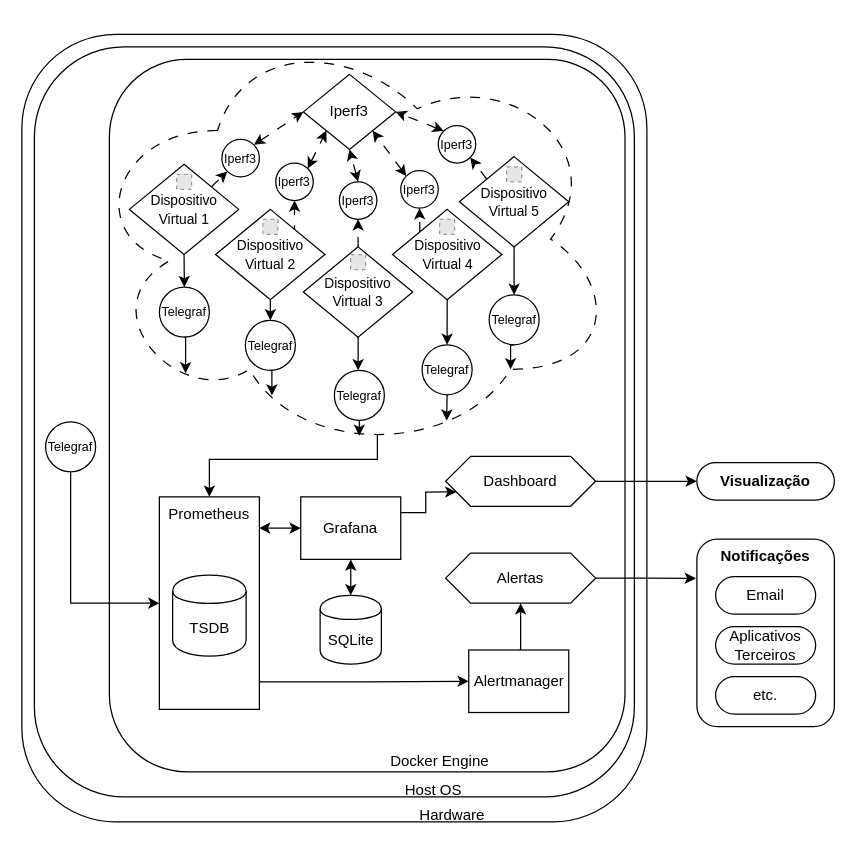
vitorco7/saturmon keeps this draw.io diagram as texto/Diagrams/v4-prometheus/v4_final_diagram_all_components.drawio. Above is the earlier version. Source tidied: cells renumbered, new cells numbered last; positions are measured from the earlier drawing's top-left corner, leaving out a move shared by most shapes. Both pictures are drawn from the tidied source at 125%, with x=0, y=0 at pixel (21, 21). Pictures stored in the file or linked from it are replaced by grey dashed boxes.
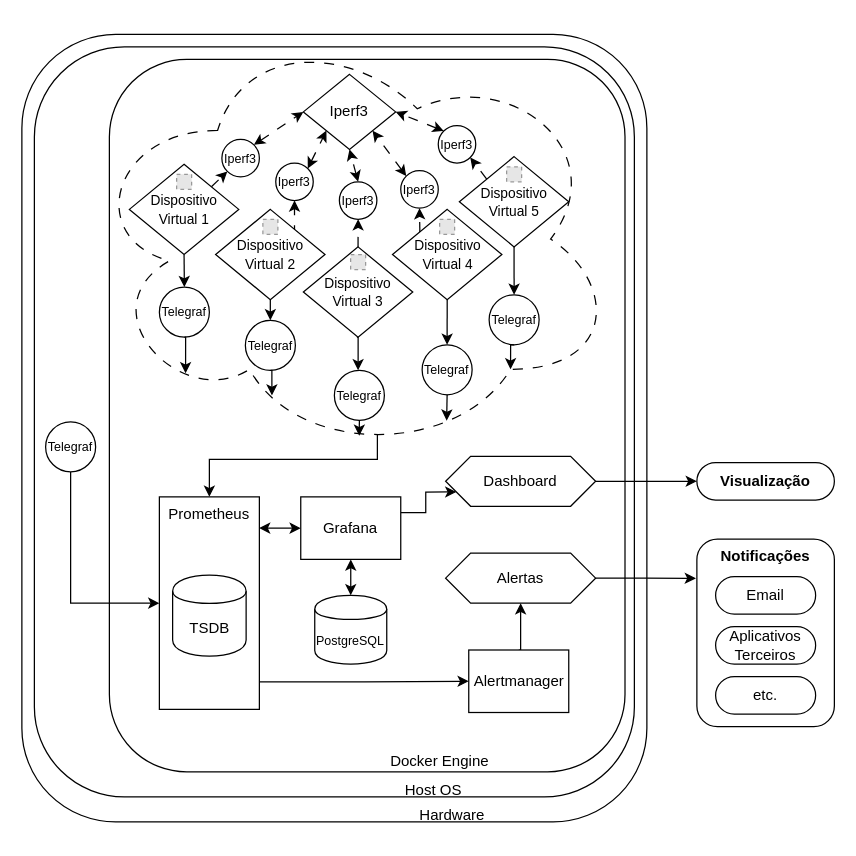
Above is the later version.

Diff of the diagram source:
```diff
@@
-    <mxCell id="55" value="SQLite" style="shape=cylinder;whiteSpace=wrap;html=1;boundedLbl=1;backgroundOutline=1;shadow=0;" parent="1" vertex="1">
-      <mxGeometry x="238.6" y="458.8" width="49" height="55" as="geometry" />
+    <mxCell id="55" value="PostgreSQL" style="shape=cylinder;whiteSpace=wrap;html=1;boundedLbl=1;backgroundOutline=1;shadow=0;fontSize=10;" parent="1" vertex="1">
+      <mxGeometry x="234.3" y="458.8" width="57.6" height="55" as="geometry" />
     </mxCell>
```
